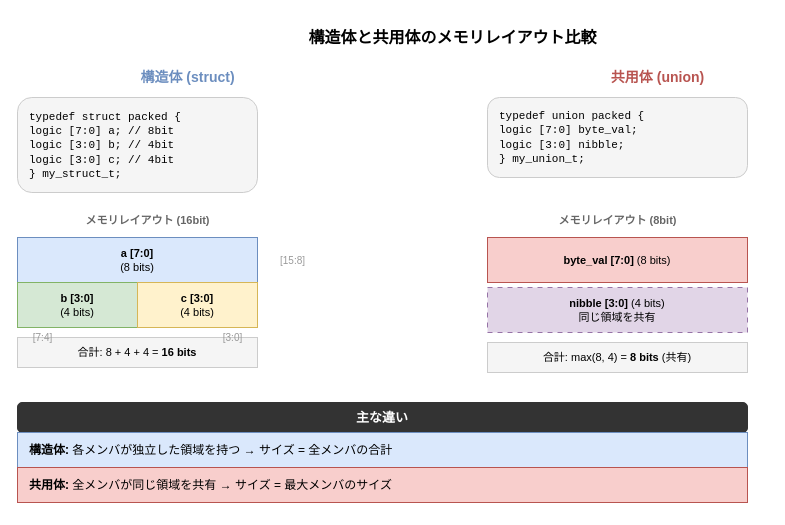
aquaxis/webdoc keeps this draw.io diagram as images/systemverilog-guidebook/ch03_struct_union_layout.drawio. Above is the earlier version. Source tidied: cells renumbered, new cells numbered last; positions are measured from the earlier drawing's top-left corner, leaving out a move shared by most shapes. Both pictures are drawn from the tidied source at 100%, with x=0, y=0 at pixel (17, 17).
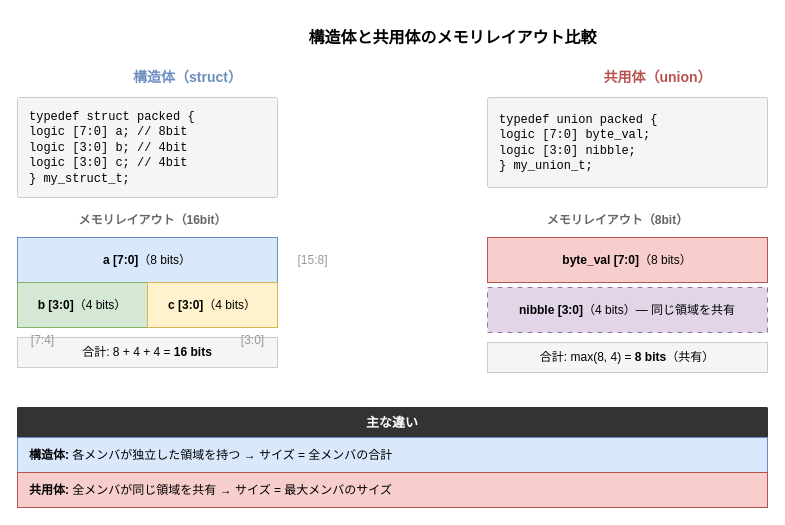
The same page after the edit.

What changed in the source:
```diff
@@
-    <mxCell id="3" value="&lt;b&gt;構造体 (struct)&lt;/b&gt;" style="text;html=1;align=center;verticalAlign=middle;strokeColor=none;fillColor=none;fontSize=14;fontColor=#6c8ebf;" parent="1" vertex="1">
+    <mxCell id="3" value="&lt;b&gt;構造体（struct）&lt;/b&gt;" style="text;html=1;align=center;verticalAlign=middle;strokeColor=none;fillColor=none;fontSize=14;fontColor=#6c8ebf;" parent="1" vertex="1">
       <mxGeometry x="70" y="45" width="200" height="30" as="geometry" />
     </mxCell>
-    <mxCell id="4" value="&lt;font face=&quot;monospace&quot;&gt;typedef struct packed {&lt;br&gt;  logic [7:0] a;  // 8bit&lt;br&gt;  logic [3:0] b;  // 4bit&lt;br&gt;  logic [3:0] c;  // 4bit&lt;br&gt;} my_struct_t;&lt;/font&gt;" style="rounded=1;whiteSpace=wrap;html=1;fillColor=#f5f5f5;strokeColor=#CCCCCC;fontSize=11;align=left;spacingLeft=10;" parent="1" vertex="1">
-      <mxGeometry y="80" width="240" height="95" as="geometry" />
+    <mxCell id="4" value="&lt;font face=&quot;monospace&quot;&gt;typedef struct packed {&lt;br&gt;  logic [7:0] a;  // 8bit&lt;br&gt;  logic [3:0] b;  // 4bit&lt;br&gt;  logic [3:0] c;  // 4bit&lt;br&gt;} my_struct_t;&lt;/font&gt;" style="rounded=1;arcSize=2;whiteSpace=wrap;html=1;fillColor=#f5f5f5;strokeColor=#CCCCCC;fontSize=12;align=left;spacingLeft=10;" parent="1" vertex="1">
+      <mxGeometry y="80" width="260" height="100" as="geometry" />
     </mxCell>
-    <mxCell id="5" value="&lt;b&gt;メモリレイアウト (16bit)&lt;/b&gt;" style="text;html=1;align=center;verticalAlign=middle;strokeColor=none;fillColor=none;fontSize=11;fontColor=#666666;" parent="1" vertex="1">
-      <mxGeometry x="40" y="190" width="180" height="25" as="geometry" />
+    <mxCell id="5" value="&lt;b&gt;メモリレイアウト（16bit）&lt;/b&gt;" style="text;html=1;align=center;verticalAlign=middle;strokeColor=none;fillColor=none;fontSize=12;fontColor=#666666;" parent="1" vertex="1">
+      <mxGeometry x="40" y="190" width="190" height="25" as="geometry" />
     </mxCell>
-    <mxCell id="6" value="&lt;b&gt;a [7:0]&lt;/b&gt;&lt;br&gt;(8 bits)" style="rounded=0;whiteSpace=wrap;html=1;fillColor=#dae8fc;strokeColor=#6c8ebf;fontSize=11;" parent="1" vertex="1">
-      <mxGeometry y="220" width="240" height="45" as="geometry" />
+    <mxCell id="6" value="&lt;b&gt;a [7:0]&lt;/b&gt;（8 bits）" style="rounded=0;whiteSpace=wrap;html=1;fillColor=#dae8fc;strokeColor=#6c8ebf;fontSize=12;" parent="1" vertex="1">
+      <mxGeometry y="220" width="260" height="45" as="geometry" />
     </mxCell>
-    <mxCell id="7" value="&lt;b&gt;b [3:0]&lt;/b&gt;&lt;br&gt;(4 bits)" style="rounded=0;whiteSpace=wrap;html=1;fillColor=#d5e8d4;strokeColor=#82b366;fontSize=11;" parent="1" vertex="1">
-      <mxGeometry y="265" width="120" height="45" as="geometry" />
+    <mxCell id="7" value="&lt;b&gt;b [3:0]&lt;/b&gt;（4 bits）" style="rounded=0;whiteSpace=wrap;html=1;fillColor=#d5e8d4;strokeColor=#82b366;fontSize=12;" parent="1" vertex="1">
+      <mxGeometry y="265" width="130" height="45" as="geometry" />
     </mxCell>
-    <mxCell id="8" value="&lt;b&gt;c [3:0]&lt;/b&gt;&lt;br&gt;(4 bits)" style="rounded=0;whiteSpace=wrap;html=1;fillColor=#fff2cc;strokeColor=#d6b656;fontSize=11;" parent="1" vertex="1">
-      <mxGeometry x="120" y="265" width="120" height="45" as="geometry" />
+    <mxCell id="8" value="&lt;b&gt;c [3:0]&lt;/b&gt;（4 bits）" style="rounded=0;whiteSpace=wrap;html=1;fillColor=#fff2cc;strokeColor=#d6b656;fontSize=12;" parent="1" vertex="1">
+      <mxGeometry x="130" y="265" width="130" height="45" as="geometry" />
     </mxCell>
-    <mxCell id="9" value="合計: 8 + 4 + 4 = &lt;b&gt;16 bits&lt;/b&gt;" style="rounded=0;whiteSpace=wrap;html=1;fillColor=#f5f5f5;strokeColor=#CCCCCC;fontSize=11;" parent="1" vertex="1">
-      <mxGeometry y="320" width="240" height="30" as="geometry" />
+    <mxCell id="9" value="合計: 8 + 4 + 4 = &lt;b&gt;16 bits&lt;/b&gt;" style="rounded=0;whiteSpace=wrap;html=1;fillColor=#f5f5f5;strokeColor=#CCCCCC;fontSize=12;" parent="1" vertex="1">
+      <mxGeometry y="320" width="260" height="30" as="geometry" />
     </mxCell>
-    <mxCell id="10" value="&lt;font color=&quot;#999999&quot;&gt;[15:8]&lt;/font&gt;" style="text;html=1;align=center;verticalAlign=middle;strokeColor=none;fillColor=none;fontSize=10;" parent="1" vertex="1">
-      <mxGeometry x="250" y="230" width="50" height="25" as="geometry" />
+    <mxCell id="10" value="[15:8]" style="text;html=1;align=center;verticalAlign=middle;strokeColor=none;fillColor=none;fontSize=12;fontColor=#999999;" parent="1" vertex="1">
+      <mxGeometry x="270" y="230" width="50" height="25" as="geometry" />
     </mxCell>
-    <mxCell id="11" value="&lt;font color=&quot;#999999&quot;&gt;[7:4]&lt;/font&gt;" style="text;html=1;align=center;verticalAlign=middle;strokeColor=none;fillColor=none;fontSize=10;" parent="1" vertex="1">
-      <mxGeometry y="310" width="50" height="20" as="geometry" />
+    <mxCell id="11" value="[7:4]" style="text;html=1;align=center;verticalAlign=middle;strokeColor=none;fillColor=none;fontSize=12;fontColor=#999999;" parent="1" vertex="1">
+      <mxGeometry y="310" width="50" height="25" as="geometry" />
     </mxCell>
-    <mxCell id="12" value="&lt;font color=&quot;#999999&quot;&gt;[3:0]&lt;/font&gt;" style="text;html=1;align=center;verticalAlign=middle;strokeColor=none;fillColor=none;fontSize=10;" parent="1" vertex="1">
-      <mxGeometry x="190" y="310" width="50" height="20" as="geometry" />
+    <mxCell id="12" value="[3:0]" style="text;html=1;align=center;verticalAlign=middle;strokeColor=none;fillColor=none;fontSize=12;fontColor=#999999;" parent="1" vertex="1">
+      <mxGeometry x="210" y="310" width="50" height="25" as="geometry" />
     </mxCell>
-    <mxCell id="13" value="&lt;b&gt;共用体 (union)&lt;/b&gt;" style="text;html=1;align=center;verticalAlign=middle;strokeColor=none;fillColor=none;fontSize=14;fontColor=#b85450;" parent="1" vertex="1">
+    <mxCell id="13" value="&lt;b&gt;共用体（union）&lt;/b&gt;" style="text;html=1;align=center;verticalAlign=middle;strokeColor=none;fillColor=none;fontSize=14;fontColor=#b85450;" parent="1" vertex="1">
       <mxGeometry x="540" y="45" width="200" height="30" as="geometry" />
     </mxCell>
-    <mxCell id="14" value="&lt;font face=&quot;monospace&quot;&gt;typedef union packed {&lt;br&gt;  logic [7:0] byte_val;&lt;br&gt;  logic [3:0] nibble;&lt;br&gt;} my_union_t;&lt;/font&gt;" style="rounded=1;whiteSpace=wrap;html=1;fillColor=#f5f5f5;strokeColor=#CCCCCC;fontSize=11;align=left;spacingLeft=10;" parent="1" vertex="1">
-      <mxGeometry x="470" y="80" width="260" height="80" as="geometry" />
+    <mxCell id="14" value="&lt;font face=&quot;monospace&quot;&gt;typedef union packed {&lt;br&gt;  logic [7:0] byte_val;&lt;br&gt;  logic [3:0] nibble;&lt;br&gt;} my_union_t;&lt;/font&gt;" style="rounded=1;arcSize=2;whiteSpace=wrap;html=1;fillColor=#f5f5f5;strokeColor=#CCCCCC;fontSize=12;align=left;spacingLeft=10;" parent="1" vertex="1">
+      <mxGeometry x="470" y="80" width="280" height="90" as="geometry" />
     </mxCell>
-    <mxCell id="15" value="&lt;b&gt;メモリレイアウト (8bit)&lt;/b&gt;" style="text;html=1;align=center;verticalAlign=middle;strokeColor=none;fillColor=none;fontSize=11;fontColor=#666666;" parent="1" vertex="1">
+    <mxCell id="15" value="&lt;b&gt;メモリレイアウト（8bit）&lt;/b&gt;" style="text;html=1;align=center;verticalAlign=middle;strokeColor=none;fillColor=none;fontSize=12;fontColor=#666666;" parent="1" vertex="1">
       <mxGeometry x="510" y="190" width="180" height="25" as="geometry" />
     </mxCell>
-    <mxCell id="16" value="&lt;b&gt;byte_val [7:0]&lt;/b&gt; (8 bits)" style="rounded=0;whiteSpace=wrap;html=1;fillColor=#f8cecc;strokeColor=#b85450;fontSize=11;" parent="1" vertex="1">
-      <mxGeometry x="470" y="220" width="260" height="45" as="geometry" />
+    <mxCell id="16" value="&lt;b&gt;byte_val [7:0]&lt;/b&gt;（8 bits）" style="rounded=0;whiteSpace=wrap;html=1;fillColor=#f8cecc;strokeColor=#b85450;fontSize=12;" parent="1" vertex="1">
+      <mxGeometry x="470" y="220" width="280" height="45" as="geometry" />
     </mxCell>
-    <mxCell id="17" value="&lt;b&gt;nibble [3:0]&lt;/b&gt; (4 bits)&lt;br&gt;同じ領域を共有" style="rounded=0;whiteSpace=wrap;html=1;fillColor=#e1d5e7;strokeColor=#9673a6;fontSize=11;dashed=1;dashPattern=5 5;" parent="1" vertex="1">
-      <mxGeometry x="470" y="270" width="260" height="45" as="geometry" />
+    <mxCell id="17" value="&lt;b&gt;nibble [3:0]&lt;/b&gt;（4 bits）— 同じ領域を共有" style="rounded=0;whiteSpace=wrap;html=1;fillColor=#e1d5e7;strokeColor=#9673a6;fontSize=12;dashed=1;dashPattern=5 5;" parent="1" vertex="1">
+      <mxGeometry x="470" y="270" width="280" height="45" as="geometry" />
     </mxCell>
-    <mxCell id="18" value="合計: max(8, 4) = &lt;b&gt;8 bits&lt;/b&gt; (共有)" style="rounded=0;whiteSpace=wrap;html=1;fillColor=#f5f5f5;strokeColor=#CCCCCC;fontSize=11;" parent="1" vertex="1">
-      <mxGeometry x="470" y="325" width="260" height="30" as="geometry" />
+    <mxCell id="18" value="合計: max(8, 4) = &lt;b&gt;8 bits&lt;/b&gt;（共有）" style="rounded=0;whiteSpace=wrap;html=1;fillColor=#f5f5f5;strokeColor=#CCCCCC;fontSize=12;" parent="1" vertex="1">
+      <mxGeometry x="470" y="325" width="280" height="30" as="geometry" />
     </mxCell>
-    <mxCell id="19" value="&lt;b&gt;主な違い&lt;/b&gt;" style="rounded=1;whiteSpace=wrap;html=1;fillColor=#333333;strokeColor=#333333;fontColor=#ffffff;fontSize=13;" parent="1" vertex="1">
-      <mxGeometry y="385" width="730" height="30" as="geometry" />
+    <mxCell id="19" value="&lt;b&gt;主な違い&lt;/b&gt;" style="rounded=1;arcSize=2;whiteSpace=wrap;html=1;fillColor=#333333;strokeColor=#333333;fontColor=#ffffff;fontSize=13;" parent="1" vertex="1">
+      <mxGeometry y="390" width="750" height="30" as="geometry" />
     </mxCell>
     <mxCell id="20" value="&lt;b&gt;構造体:&lt;/b&gt; 各メンバが独立した領域を持つ → サイズ = 全メンバの合計" style="rounded=0;whiteSpace=wrap;html=1;fillColor=#dae8fc;strokeColor=#6c8ebf;fontSize=12;align=left;spacingLeft=10;" parent="1" vertex="1">
-      <mxGeometry y="415" width="730" height="35" as="geometry" />
+      <mxGeometry y="420" width="750" height="35" as="geometry" />
     </mxCell>
     <mxCell id="21" value="&lt;b&gt;共用体:&lt;/b&gt; 全メンバが同じ領域を共有 → サイズ = 最大メンバのサイズ" style="rounded=0;whiteSpace=wrap;html=1;fillColor=#f8cecc;strokeColor=#b85450;fontSize=12;align=left;spacingLeft=10;" parent="1" vertex="1">
-      <mxGeometry y="450" width="730" height="35" as="geometry" />
+      <mxGeometry y="455" width="750" height="35" as="geometry" />
     </mxCell>
```
